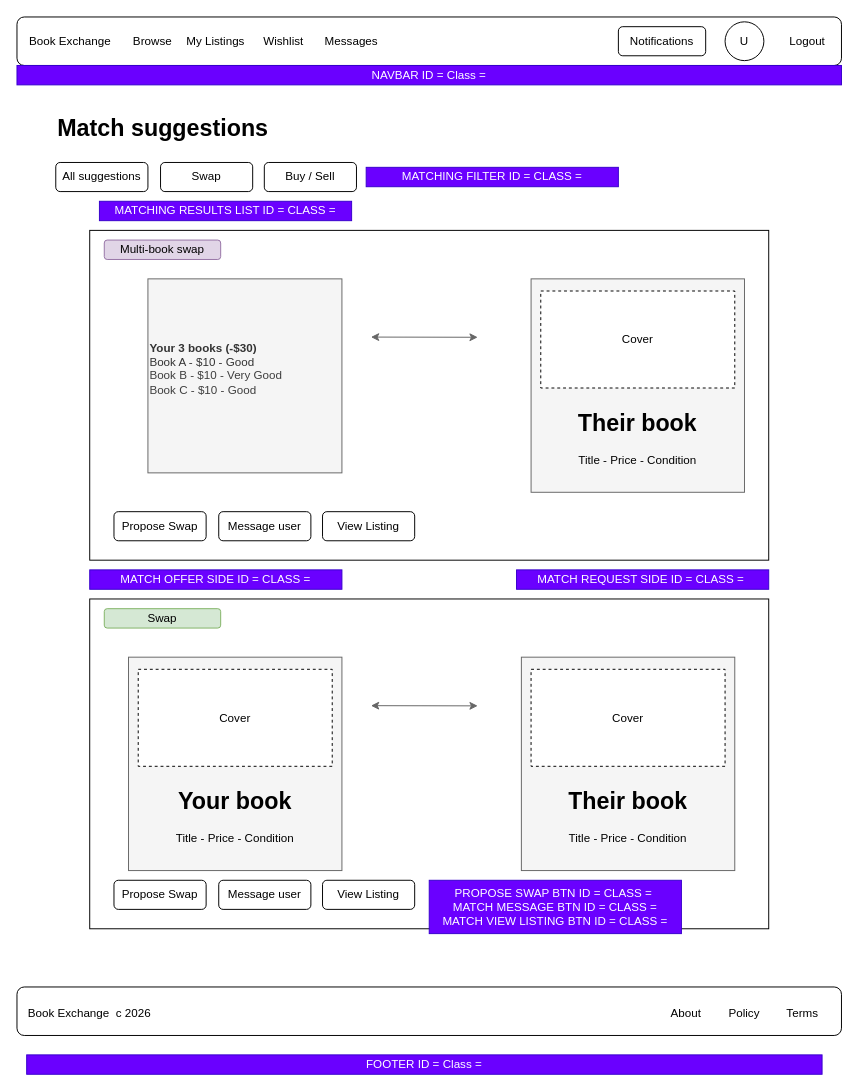
The draw.io diagram docs/wireframes/matching.drawio in Web-Development-UAlberta/Book-Exchange-Project, before the edit. Source tidied: cells renumbered, new cells numbered last; positions are measured from the earlier drawing's top-left corner, leaving out a move shared by most shapes. Both pictures are drawn from the tidied source at 97%, with x=0, y=0 at pixel (16, 16).
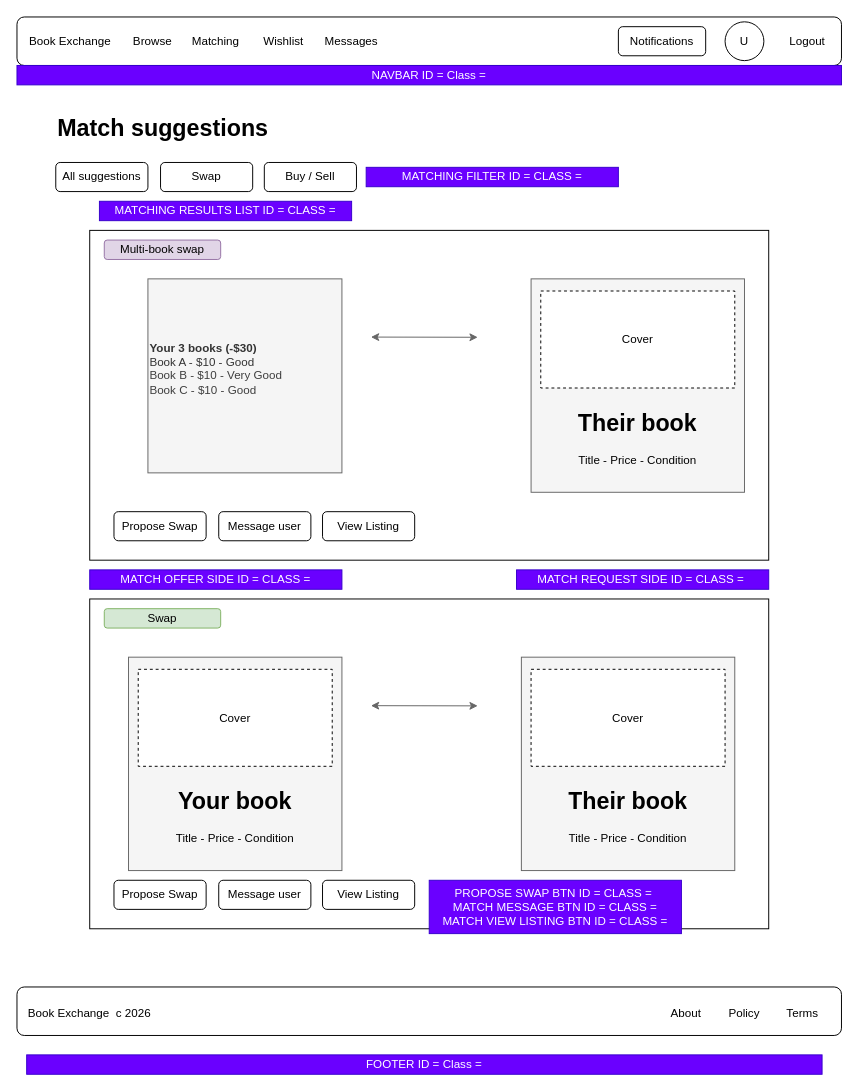
After the change.

The change refers to these unchanged cells:
```xml
<mxCell id="3" style="group;" parent="2" vertex="1">
  <mxGeometry width="850" height="80" as="geometry" />
</mxCell>
```

Diff of the diagram source:
```diff
@@
-    <mxCell id="7" value="My Listings" style="text;html=1;align=center;verticalAlign=middle;whiteSpace=wrap;rounded=0;" parent="3" vertex="1">
+    <mxCell id="7" value="Matching" style="text;html=1;align=center;verticalAlign=middle;whiteSpace=wrap;rounded=0;" parent="3" vertex="1">
       <mxGeometry x="170" y="10" width="70" height="30" as="geometry" />
     </mxCell>
```
